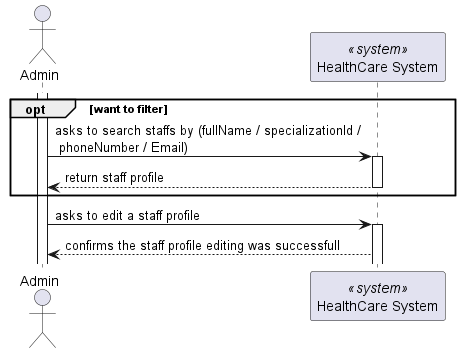
Earlier version of the PlantUML export docs/StaffProfileUpdate/views/level1/process-view.png (Lapr5G21/sem5pi-24-25-3ddg21).
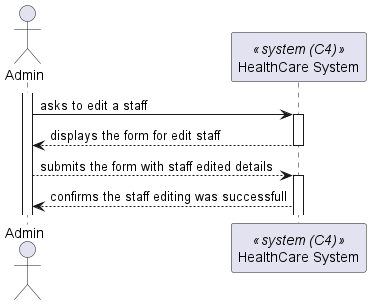
After the commit.

Diff of the diagram source:
```diff
@@ -1,20 +1,19 @@
 @startuml
 
 actor Admin as "Admin"
-participant SYS as "HealthCare System" <<system>>
+participant SYS as "HealthCare System" <<system (C4)>>
 
 activate Admin
 
-opt want to filter
-    Admin -> SYS : asks to search staffs by (fullName / specializationId /\n phoneNumber / Email)
-    activate SYS
-    SYS --> Admin : return staff profile
-    deactivate SYS
-end
+Admin -> SYS : asks to edit a staff
 
-Admin -> SYS : asks to edit a staff profile
+activate SYS
+SYS --> Admin : displays the form for edit staff
+deactivate SYS
+
+Admin --> SYS : submits the form with staff edited details
 activate SYS
 
-SYS --> Admin : confirms the staff profile editing was successfull
+SYS --> Admin : confirms the staff editing was successfull
 
 @enduml
```
